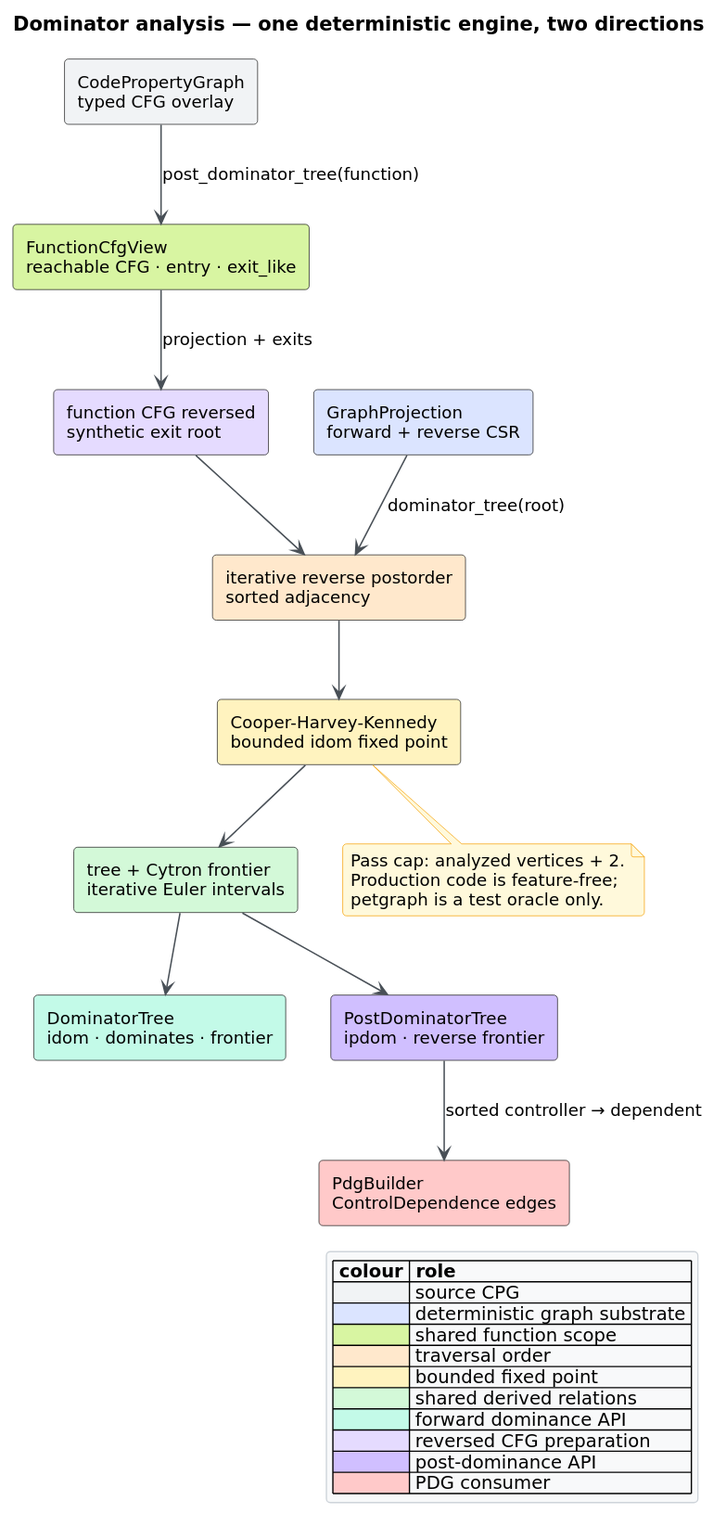
Earlier version of the PlantUML export docs/diagrams/dominator-analysis.svg (vinary-tree/libcpg). Its source is kept beside it as docs/diagrams/dominator-analysis.puml.
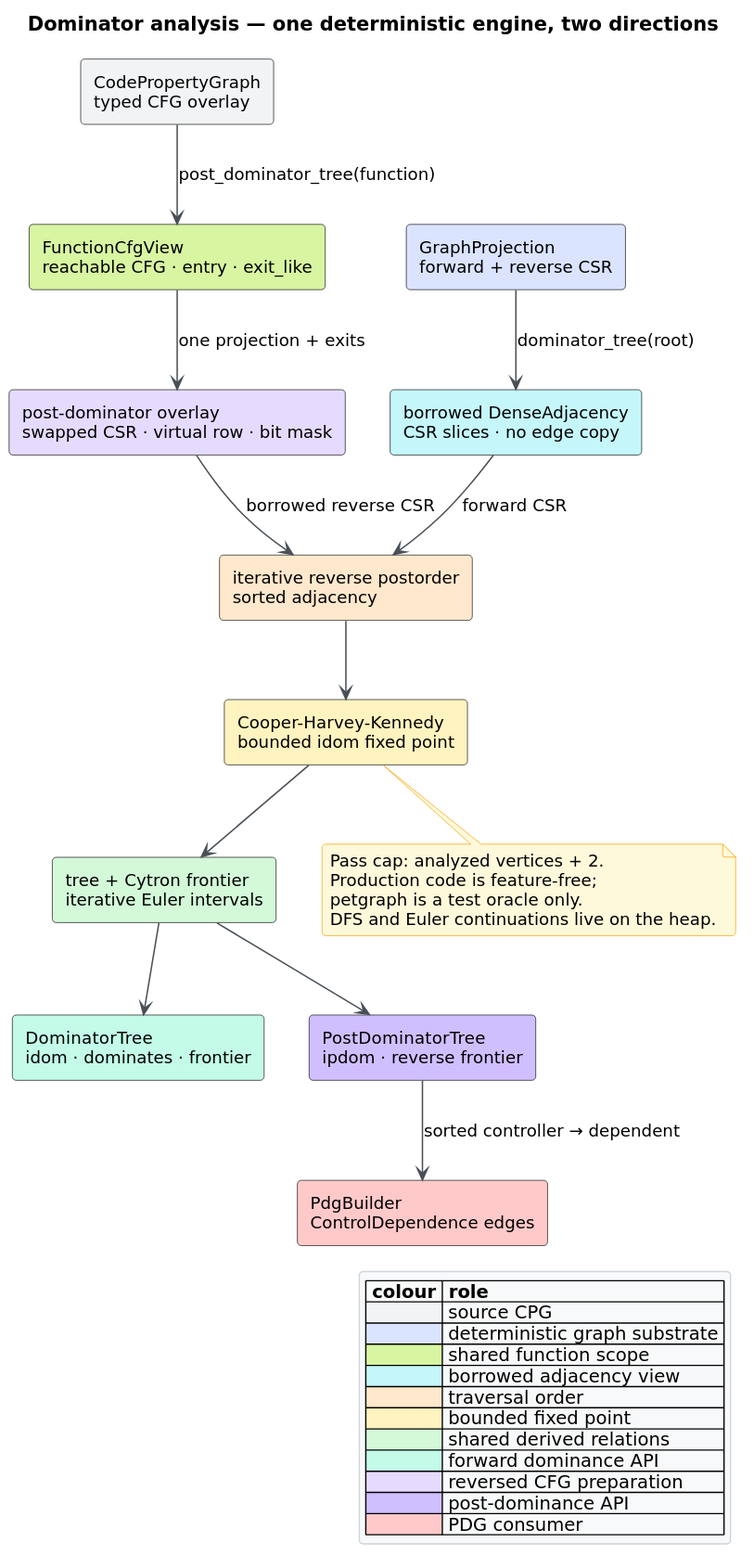
The same file after the commit.

Diff of the diagram source:
```diff
@@ -5,22 +5,24 @@
 rectangle "CodePropertyGraph\ntyped CFG overlay" as CPG #F1F3F5
 rectangle "GraphProjection\nforward + reverse CSR" as PROJECTION #DBE4FF
 rectangle "FunctionCfgView\nreachable CFG · entry · exit_like" as SCOPE #D8F5A2
+rectangle "borrowed DenseAdjacency\nCSR slices · no edge copy" as BORROWED #C5F6FA
 rectangle "iterative reverse postorder\nsorted adjacency" as RPO #FFE8CC
 rectangle "Cooper–Harvey–Kennedy\nbounded idom fixed point" as CHK #FFF3BF
 rectangle "tree + Cytron frontier\niterative Euler intervals" as RESULTS #D3F9D8
 rectangle "DominatorTree\nidom · dominates · frontier" as DOM #C3FAE8
-rectangle "function CFG reversed\nsynthetic exit root" as REVERSE #E5DBFF
+rectangle "post-dominator overlay\nswapped CSR · virtual row · bit mask" as REVERSE #E5DBFF
 rectangle "PostDominatorTree\nipdom · reverse frontier" as POSTDOM #D0BFFF
 rectangle "PdgBuilder\nControlDependence edges" as PDG #FFC9C9
 
-PROJECTION --> RPO : dominator_tree(root)
+PROJECTION --> BORROWED : dominator_tree(root)
+BORROWED --> RPO : forward CSR
 RPO --> CHK
 CHK --> RESULTS
 RESULTS --> DOM
 
 CPG --> SCOPE : post_dominator_tree(function)
-SCOPE --> REVERSE : projection + exits
-REVERSE --> RPO
+SCOPE --> REVERSE : one projection + exits
+REVERSE --> RPO : borrowed reverse CSR
 RESULTS --> POSTDOM
 POSTDOM --> PDG : sorted controller → dependent
 
@@ -28,6 +30,7 @@
   Pass cap: analyzed vertices + 2.
   Production code is feature-free;
   petgraph is a test oracle only.
+  DFS and Euler continuations live on the heap.
 end note
 
 legend right
@@ -35,6 +38,7 @@
   |<#F1F3F5>| source CPG |
   |<#DBE4FF>| deterministic graph substrate |
   |<#D8F5A2>| shared function scope |
+  |<#C5F6FA>| borrowed adjacency view |
   |<#FFE8CC>| traversal order |
   |<#FFF3BF>| bounded fixed point |
   |<#D3F9D8>| shared derived relations |
```
